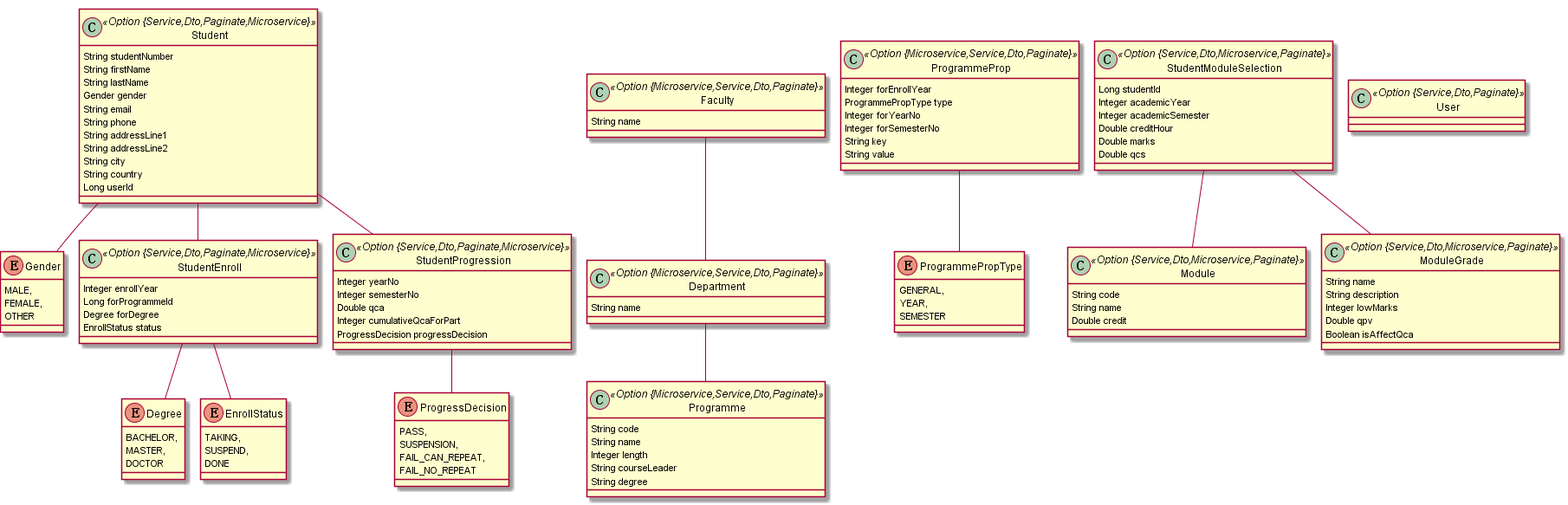
This is project.png from skarlet-witcher/student-record-system, a PlantUML export, as it was before one commit.
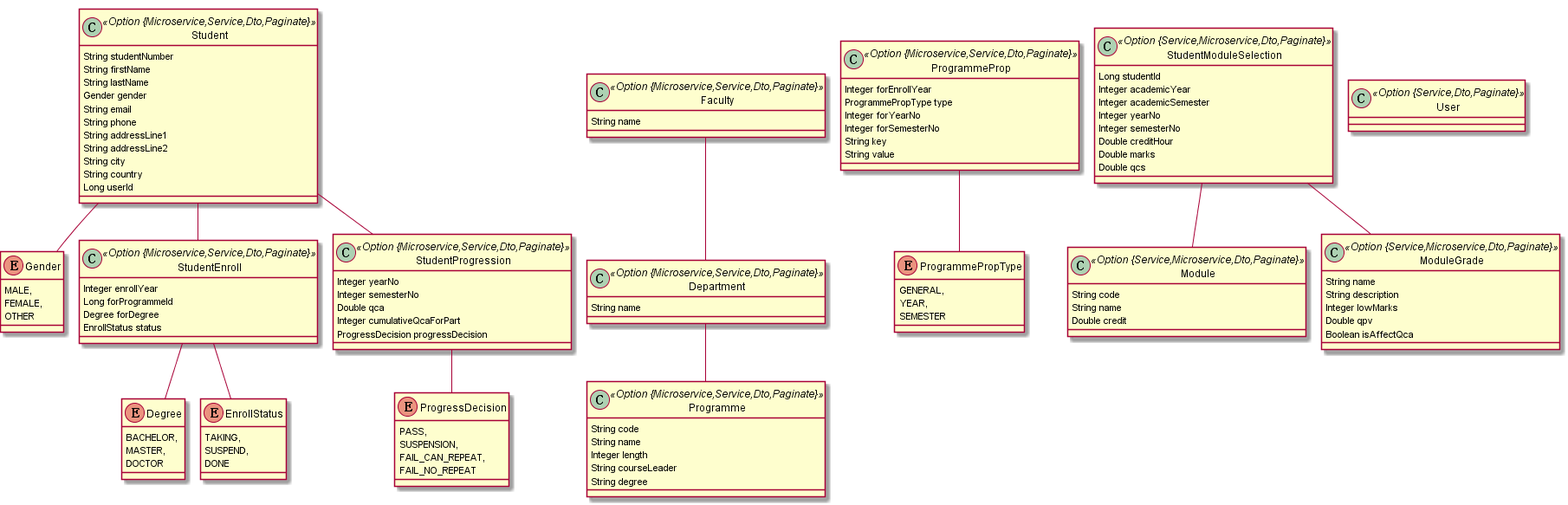
Later version of the same file.

Diff of the diagram source:
```diff
@@ -1,7 +1,7 @@
 @startuml
 	!pragma graphviz_dot jdot
 	!pragma syntax class
-	class Student <<Option {Service,Dto,Paginate,Microservice}>> {
+	class Student <<Option {Microservice,Service,Dto,Paginate}>> {
 		String studentNumber
 		String firstName
 		String lastName
@@ -15,7 +15,7 @@
 		Long userId
 	}
 	Student ..> Gender
-	class StudentEnroll <<Option {Service,Dto,Paginate,Microservice}>> {
+	class StudentEnroll <<Option {Microservice,Service,Dto,Paginate}>> {
 		Integer enrollYear
 		Long forProgrammeId
 		Degree forDegree
@@ -39,7 +39,7 @@
 		FEMALE,
 		OTHER
 	}
-	class StudentProgression <<Option {Service,Dto,Paginate,Microservice}>> {
+	class StudentProgression <<Option {Microservice,Service,Dto,Paginate}>> {
 		Integer yearNo
 		Integer semesterNo
 		Double qca
@@ -83,21 +83,23 @@
 	}
 	Faculty  "0..1 " --o "Faculty(name)  1..* "  Department
 	Department  "0..1 " --o "Department(name)  1..* "  Programme
-	class Module <<Option {Service,Dto,Microservice,Paginate}>> {
+	class Module <<Option {Service,Microservice,Dto,Paginate}>> {
 		String code
 		String name
 		Double credit
 	}
-	class StudentModuleSelection <<Option {Service,Dto,Microservice,Paginate}>> {
+	class StudentModuleSelection <<Option {Service,Microservice,Dto,Paginate}>> {
 		Long studentId
 		Integer academicYear
 		Integer academicSemester
+		Integer yearNo
+		Integer semesterNo
 		Double creditHour
 		Double marks
 		Double qcs
 	}
 	StudentModuleSelection  "Module(name) 0..* " o-- "0..1 "  Module
-	class ModuleGrade <<Option {Service,Dto,Microservice,Paginate}>> {
+	class ModuleGrade <<Option {Service,Microservice,Dto,Paginate}>> {
 		String name
 		String description
 		Integer lowMarks
```
